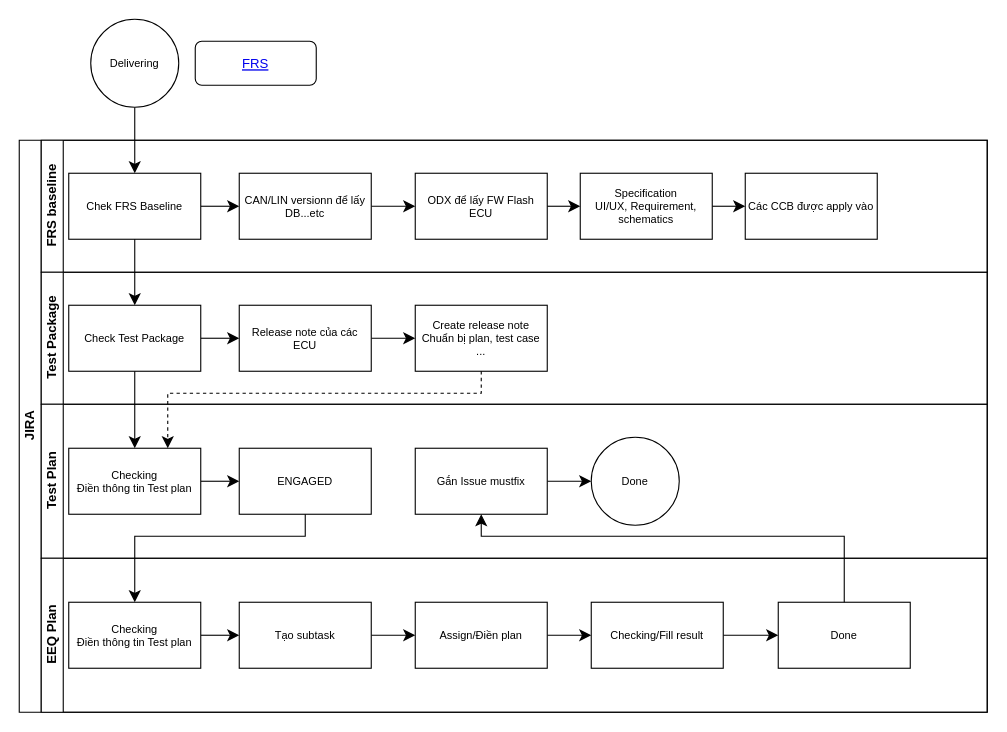
Earlier version of the draw.io diagram Biểu đồ không có tiêu đề.drawio (athanhoang/viindoo_accademy). Source tidied: cells renumbered, new cells numbered last; positions are measured from the earlier drawing's top-left corner, leaving out a move shared by most shapes. Both pictures are drawn from the tidied source at 110%, with x=0, y=0 at pixel (19, 19).
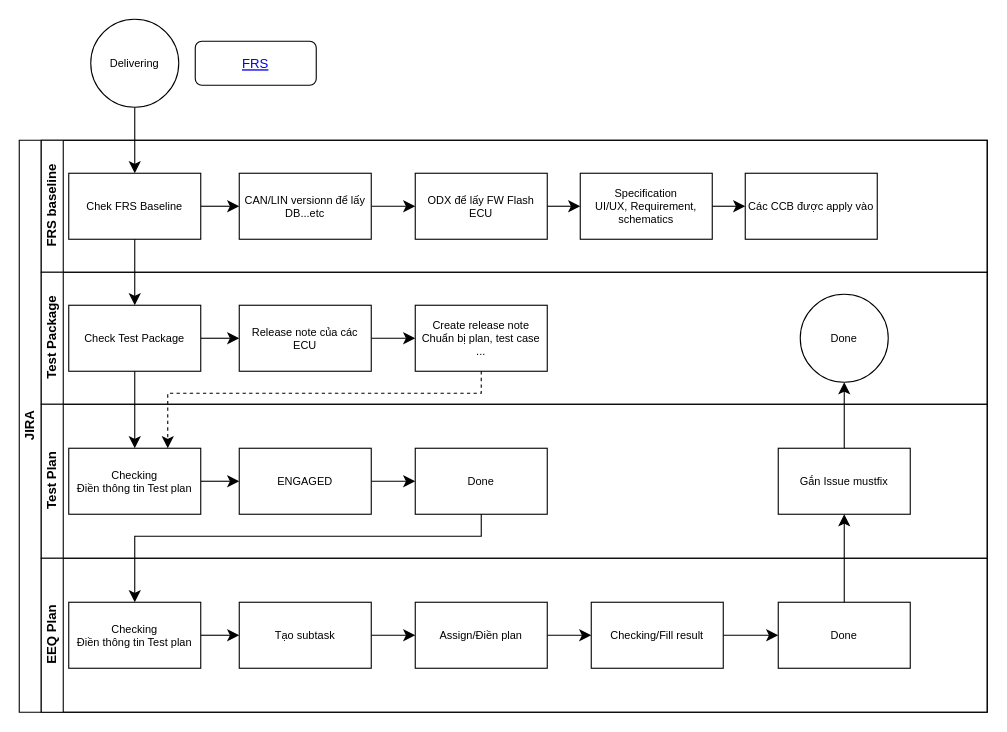
The same diagram, later.

Commit message (it also covers changes not shown here):
Cập nhật Biểu đồ không có tiêu đề.drawio

The change refers to these unchanged cells:
```xml
<mxCell id="2" value="JIRA" style="swimlane;html=1;horizontal=0;startSize=20;" parent="1" vertex="1">
  <mxGeometry y="110" width="880" height="520" as="geometry" />
</mxCell>
<mxCell id="11" value="Test Package" style="swimlane;html=1;startSize=20;horizontal=0;" parent="2" vertex="1">
  <mxGeometry x="20" y="120" width="860" height="120" as="geometry" />
</mxCell>
<mxCell id="17" value="Test Plan" style="swimlane;html=1;startSize=20;horizontal=0;" parent="2" vertex="1">
  <mxGeometry x="20" y="240" width="860" height="140" as="geometry" />
</mxCell>
<mxCell id="20" value="ENGAGED" style="whiteSpace=wrap;html=1;fontSize=10;" parent="17" vertex="1">
  <mxGeometry x="180" y="40" width="120" height="60" as="geometry" />
</mxCell>
<mxCell id="29" value="&lt;div&gt;Checking&lt;/div&gt;Điền thông tin Test plan" style="whiteSpace=wrap;html=1;fontSize=10;" parent="27" vertex="1">
  <mxGeometry x="25" y="40" width="120" height="60" as="geometry" />
</mxCell>
<mxCell id="36" value="Done" style="whiteSpace=wrap;html=1;fontSize=10;" parent="27" vertex="1">
  <mxGeometry x="670" y="40" width="120" height="60" as="geometry" />
</mxCell>
```

Change to the diagram source:
```diff
@@
+    <mxCell id="23" value="Done" style="ellipse;whiteSpace=wrap;html=1;fontSize=10;" parent="11" vertex="1">
+      <mxGeometry x="690" y="20" width="80" height="80" as="geometry" />
+    </mxCell>
@@
+    <mxCell id="44" style="edgeStyle=none;curved=1;rounded=0;jettySize=auto;html=1;fontSize=12;startSize=8;endSize=8;" parent="17" edge="1" source="20" target="45">
+      <mxGeometry relative="1" as="geometry" />
+    </mxCell>
@@
-    <mxCell id="21" style="edgeStyle=none;curved=1;rounded=0;jettySize=auto;html=1;fontSize=12;startSize=8;endSize=8;" parent="17" edge="1" source="22" target="23">
-      <mxGeometry relative="1" as="geometry" />
-    </mxCell>
     <mxCell id="22" value="Gắn Issue mustfix" style="whiteSpace=wrap;html=1;fontSize=10;" parent="17" vertex="1">
-      <mxGeometry x="340" y="40" width="120" height="60" as="geometry" />
+      <mxGeometry x="670" y="40" width="120" height="60" as="geometry" />
     </mxCell>
-    <mxCell id="23" value="Done" style="ellipse;whiteSpace=wrap;html=1;fontSize=10;" parent="17" vertex="1">
-      <mxGeometry x="500" y="30" width="80" height="80" as="geometry" />
-    </mxCell>
+    <mxCell id="45" value="Done" style="whiteSpace=wrap;html=1;fontSize=10;" parent="17" vertex="1">
+      <mxGeometry x="340" y="40" width="120" height="60" as="geometry" />
+    </mxCell>
@@
-    <mxCell id="37" style="edgeStyle=orthogonalEdgeStyle;rounded=0;jettySize=auto;html=1;entryX=0.5;entryY=0;entryDx=0;entryDy=0;fontSize=12;startSize=8;endSize=8;" parent="2" edge="1" source="20" target="29">
+    <mxCell id="37" style="edgeStyle=orthogonalEdgeStyle;rounded=0;jettySize=auto;html=1;entryX=0.5;entryY=0;entryDx=0;entryDy=0;fontSize=12;startSize=8;endSize=8;exitX=0.5;exitY=1;exitDx=0;exitDy=0;" parent="2" edge="1" source="45" target="29">
       <mxGeometry relative="1" as="geometry">
         <Array as="points">
-          <mxPoint x="260" y="360" />
+          <mxPoint x="420" y="360" />
           <mxPoint x="105" y="360" />
         </Array>
       </mxGeometry>
     </mxCell>
     <mxCell id="38" style="edgeStyle=orthogonalEdgeStyle;rounded=0;jettySize=auto;html=1;fontSize=12;startSize=8;endSize=8;exitX=0.5;exitY=0;exitDx=0;exitDy=0;" parent="2" edge="1" source="36" target="22">
       <mxGeometry relative="1" as="geometry">
         <Array as="points">
-          <mxPoint x="750" y="360" />
-          <mxPoint x="420" y="360" />
+          <mxPoint x="750" y="340" />
+          <mxPoint x="750" y="340" />
         </Array>
       </mxGeometry>
     </mxCell>
+    <mxCell id="21" style="edgeStyle=none;curved=1;rounded=0;jettySize=auto;html=1;fontSize=12;startSize=8;endSize=8;" parent="2" edge="1" source="22" target="23">
+      <mxGeometry relative="1" as="geometry" />
+    </mxCell>
```
